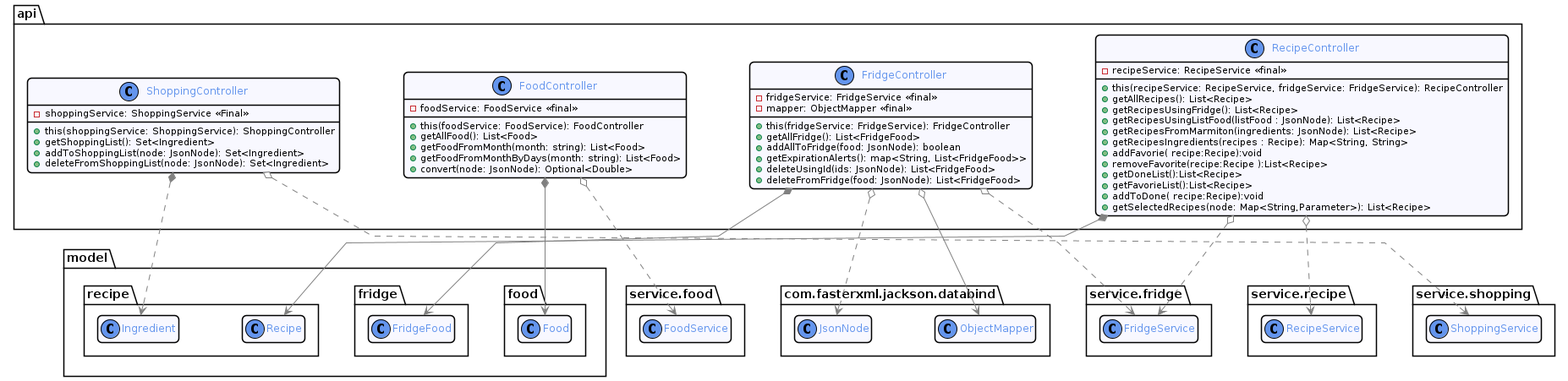
Above: docs/diagram/out/api.png in romainvacheret/wadge-backend (PlantUML), before the change.
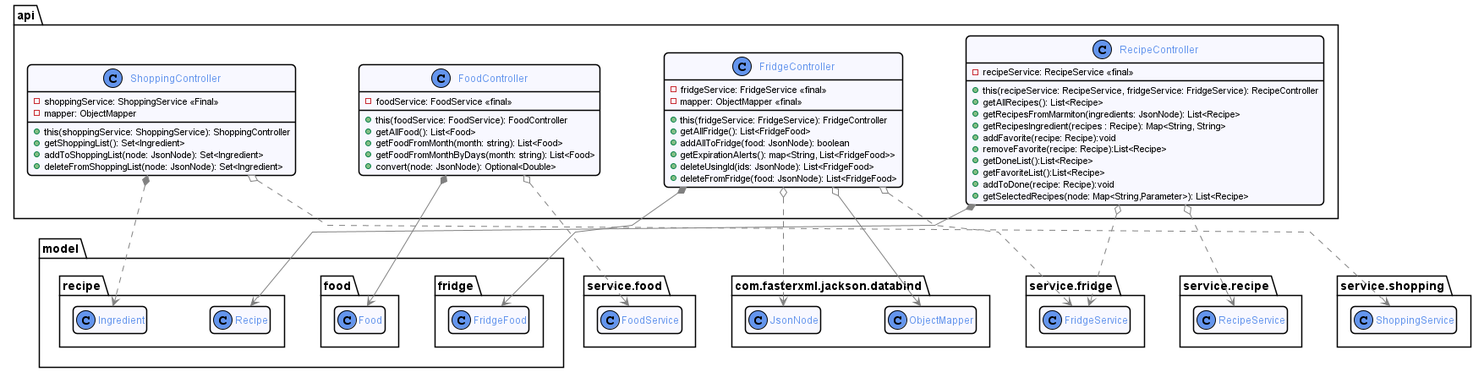
After the commit.

The edit, as a diff of the source:
```diff
@@ -62,21 +62,20 @@
         - recipeService: RecipeService <<final>>
         + this(recipeService: RecipeService, fridgeService: FridgeService): RecipeController
         + getAllRecipes(): List<Recipe>
-        + getRecipesUsingFridge(): List<Recipe>
-        + getRecipesUsingListFood(listFood : JsonNode): List<Recipe>
         + getRecipesFromMarmiton(ingredients: JsonNode): List<Recipe>
-        + getRecipesIngredients(recipes : Recipe): Map<String, String>
-        + addFavorie( recipe:Recipe):void
-        + removeFavorite(recipe:Recipe ):List<Recipe>
+        + getRecipesIngredient(recipes : Recipe): Map<String, String>
+        + addFavorite(recipe: Recipe):void
+        + removeFavorite(recipe: Recipe):List<Recipe>
         + getDoneList():List<Recipe>
-        + getFavorieList():List<Recipe>
-        + addToDone( recipe:Recipe):void
+        + getFavoriteList():List<Recipe>
+        + addToDone(recipe: Recipe):void
         + getSelectedRecipes(node: Map<String,Parameter>): List<Recipe>
 
     }
 
     class ShoppingController{
         - shoppingService: ShoppingService <<Final>>
+        - mapper: ObjectMapper
         + this(shoppingService: ShoppingService): ShoppingController
         + getShoppingList(): Set<Ingredient>
         + addToShoppingList(node: JsonNode): Set<Ingredient>
```
